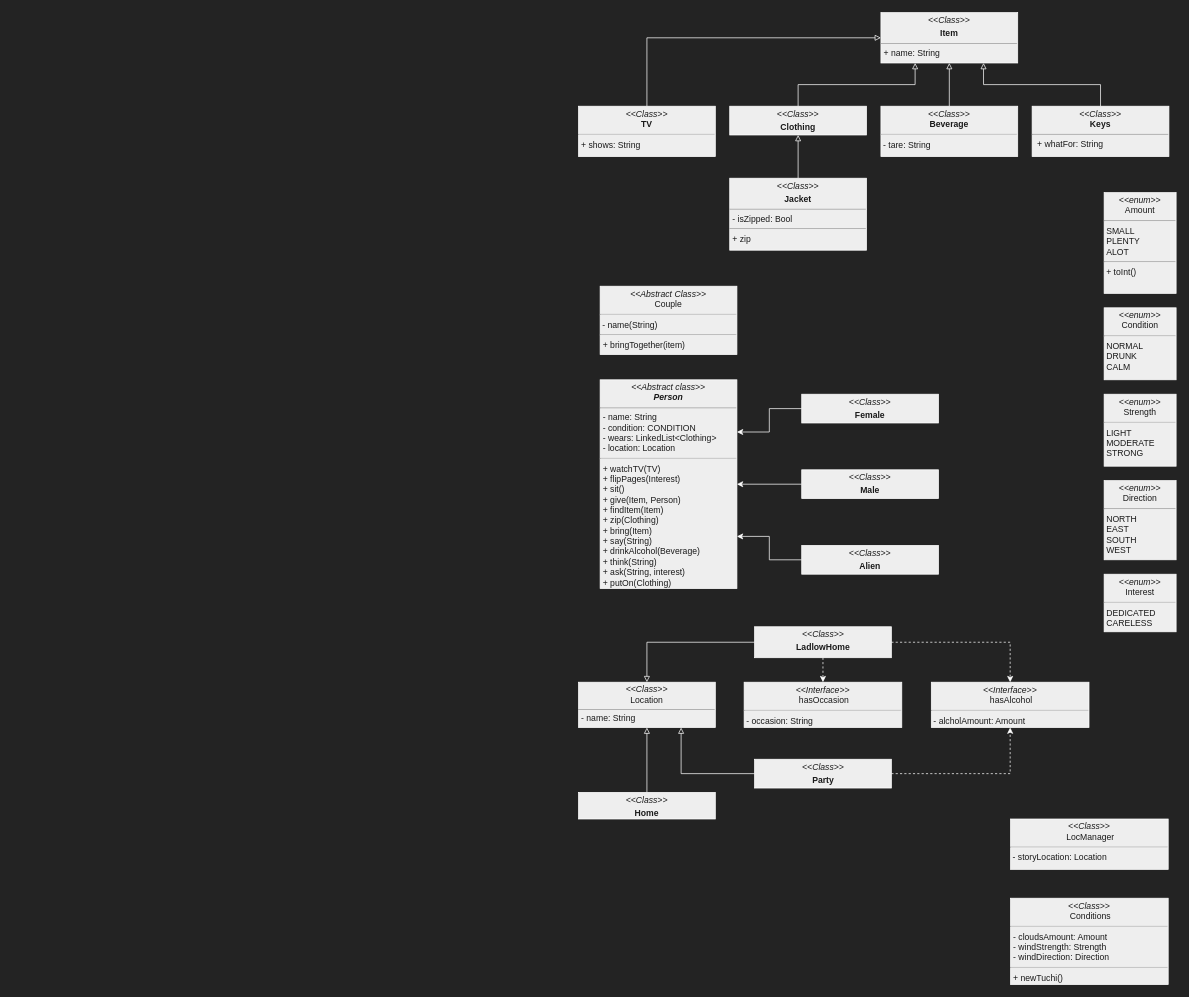
Above: UML/UML.drawio in Sat1l/laba4 (draw.io), before the change. Source tidied: cells renumbered, new cells numbered last; positions are measured from the earlier drawing's top-left corner, leaving out a move shared by most shapes. Both pictures are drawn from the tidied source at 72%, with x=0, y=0 at pixel (578, 12).
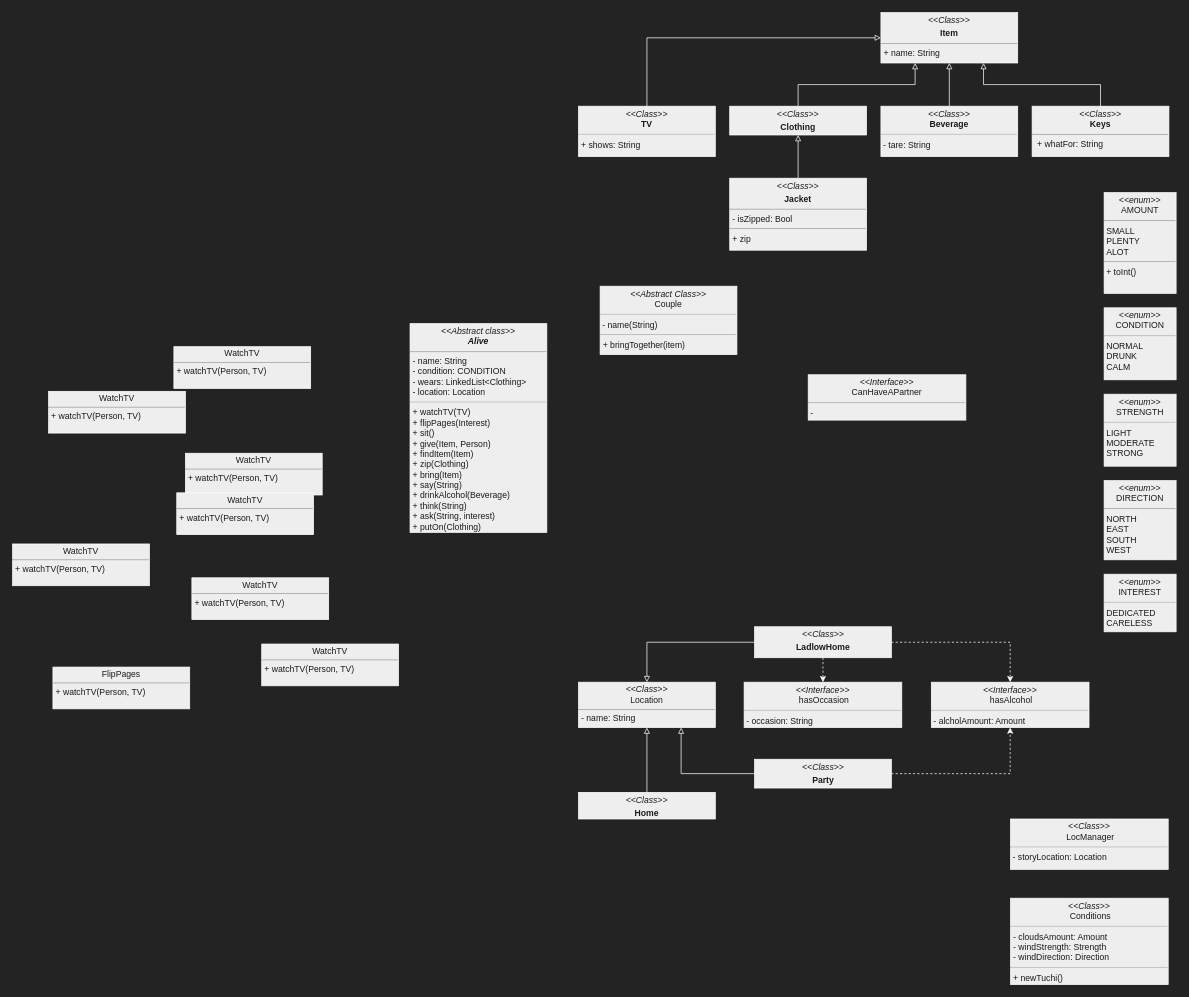
After the change.

What changed in the source:
```diff
@@
-    <mxCell id="2" value="&lt;p style=&quot;margin:0px;margin-top:4px;text-align:center;&quot;&gt;&lt;i&gt;&amp;lt;&amp;lt;Abstract class&amp;gt;&amp;gt;&lt;/i&gt;&lt;br&gt;&lt;b&gt;&lt;i&gt;Person&lt;/i&gt;&lt;/b&gt;&lt;/p&gt;&lt;hr size=&quot;1&quot;&gt;&lt;p style=&quot;margin:0px;margin-left:4px;&quot;&gt;- name: String&lt;/p&gt;&lt;p style=&quot;margin:0px;margin-left:4px;&quot;&gt;- condition: CONDITION&lt;br&gt;&lt;/p&gt;&lt;p style=&quot;margin:0px;margin-left:4px;&quot;&gt;- wears: LinkedList&amp;lt;Clothing&amp;gt;&lt;/p&gt;&lt;p style=&quot;margin:0px;margin-left:4px;&quot;&gt;- location: Location&lt;/p&gt;&lt;hr&gt;&lt;p style=&quot;margin:0px;margin-left:4px;&quot;&gt;+ watchTV(TV)&lt;br&gt;&lt;/p&gt;&lt;p style=&quot;margin:0px;margin-left:4px;&quot;&gt;+ flipPages(Interest)&lt;br&gt;&lt;/p&gt;&lt;p style=&quot;margin:0px;margin-left:4px;&quot;&gt;+ sit()&lt;br&gt;&lt;/p&gt;&lt;p style=&quot;margin:0px;margin-left:4px;&quot;&gt;+ give(Item, Person)&lt;br&gt;&lt;/p&gt;&lt;p style=&quot;margin:0px;margin-left:4px;&quot;&gt;+ findItem(Item)&lt;br&gt;&lt;/p&gt;&lt;p style=&quot;margin:0px;margin-left:4px;&quot;&gt;+ zip(Clothing)&lt;/p&gt;&lt;p style=&quot;margin:0px;margin-left:4px;&quot;&gt;+ bring(Item)&lt;br&gt;&lt;/p&gt;&lt;p style=&quot;margin:0px;margin-left:4px;&quot;&gt;+ say(String)&lt;br&gt;&lt;/p&gt;&lt;p style=&quot;margin:0px;margin-left:4px;&quot;&gt;+ drinkAlcohol(Beverage)&lt;br&gt;&lt;/p&gt;&lt;p style=&quot;margin:0px;margin-left:4px;&quot;&gt;+ think(String)&lt;/p&gt;&lt;p style=&quot;margin:0px;margin-left:4px;&quot;&gt;+ ask(String, interest)&lt;/p&gt;&lt;p style=&quot;border-color: var(--border-color); margin: 0px 0px 0px 4px;&quot;&gt;+ putOn(Clothing)&lt;/p&gt;&lt;p style=&quot;margin:0px;margin-left:4px;&quot;&gt;&lt;br&gt;&lt;/p&gt;&lt;p style=&quot;margin:0px;margin-left:4px;&quot;&gt;&lt;br&gt;&lt;/p&gt;" style="verticalAlign=top;align=left;overflow=fill;fontSize=12;fontFamily=Helvetica;html=1;whiteSpace=wrap;labelBackgroundColor=none;fillColor=#EEEEEE;strokeColor=#FFFFFF;fontColor=#1A1A1A;" parent="1" vertex="1">
-      <mxGeometry x="30" y="510" width="190" height="290" as="geometry" />
+    <mxCell id="2" value="&lt;p style=&quot;margin:0px;margin-top:4px;text-align:center;&quot;&gt;&lt;i&gt;&amp;lt;&amp;lt;Abstract class&amp;gt;&amp;gt;&lt;/i&gt;&lt;br&gt;&lt;b&gt;&lt;i&gt;Alive&lt;/i&gt;&lt;/b&gt;&lt;/p&gt;&lt;hr size=&quot;1&quot;&gt;&lt;p style=&quot;margin:0px;margin-left:4px;&quot;&gt;- name: String&lt;/p&gt;&lt;p style=&quot;margin:0px;margin-left:4px;&quot;&gt;- condition: CONDITION&lt;br&gt;&lt;/p&gt;&lt;p style=&quot;margin:0px;margin-left:4px;&quot;&gt;- wears: LinkedList&amp;lt;Clothing&amp;gt;&lt;/p&gt;&lt;p style=&quot;margin:0px;margin-left:4px;&quot;&gt;- location: Location&lt;/p&gt;&lt;hr&gt;&lt;p style=&quot;margin:0px;margin-left:4px;&quot;&gt;+ watchTV(TV)&lt;br&gt;&lt;/p&gt;&lt;p style=&quot;margin:0px;margin-left:4px;&quot;&gt;+ flipPages(Interest)&lt;br&gt;&lt;/p&gt;&lt;p style=&quot;margin:0px;margin-left:4px;&quot;&gt;+ sit()&lt;br&gt;&lt;/p&gt;&lt;p style=&quot;margin:0px;margin-left:4px;&quot;&gt;+ give(Item, Person)&lt;br&gt;&lt;/p&gt;&lt;p style=&quot;margin:0px;margin-left:4px;&quot;&gt;+ findItem(Item)&lt;br&gt;&lt;/p&gt;&lt;p style=&quot;margin:0px;margin-left:4px;&quot;&gt;+ zip(Clothing)&lt;/p&gt;&lt;p style=&quot;margin:0px;margin-left:4px;&quot;&gt;+ bring(Item)&lt;br&gt;&lt;/p&gt;&lt;p style=&quot;margin:0px;margin-left:4px;&quot;&gt;+ say(String)&lt;br&gt;&lt;/p&gt;&lt;p style=&quot;margin:0px;margin-left:4px;&quot;&gt;+ drinkAlcohol(Beverage)&lt;br&gt;&lt;/p&gt;&lt;p style=&quot;margin:0px;margin-left:4px;&quot;&gt;+ think(String)&lt;/p&gt;&lt;p style=&quot;margin:0px;margin-left:4px;&quot;&gt;+ ask(String, interest)&lt;/p&gt;&lt;p style=&quot;border-color: var(--border-color); margin: 0px 0px 0px 4px;&quot;&gt;+ putOn(Clothing)&lt;/p&gt;&lt;p style=&quot;margin:0px;margin-left:4px;&quot;&gt;&lt;br&gt;&lt;/p&gt;&lt;p style=&quot;margin:0px;margin-left:4px;&quot;&gt;&lt;br&gt;&lt;/p&gt;" style="verticalAlign=top;align=left;overflow=fill;fontSize=12;fontFamily=Helvetica;html=1;whiteSpace=wrap;labelBackgroundColor=none;fillColor=#EEEEEE;strokeColor=#FFFFFF;fontColor=#1A1A1A;" parent="1" vertex="1">
+      <mxGeometry x="-234" y="432" width="190" height="290" as="geometry" />
     </mxCell>
@@
-    <mxCell id="16" value="&lt;p style=&quot;margin:0px;margin-top:4px;text-align:center;&quot;&gt;&lt;i&gt;&amp;lt;&amp;lt;enum&amp;gt;&amp;gt;&lt;/i&gt;&lt;br&gt;Amount&lt;/p&gt;&lt;hr&gt;&amp;nbsp;SMALL&lt;br&gt;&amp;nbsp;PLENTY&lt;br&gt;&amp;nbsp;ALOT&amp;nbsp;&lt;br&gt;&lt;hr&gt;&amp;nbsp;+ toInt()" style="verticalAlign=top;align=left;overflow=fill;fontSize=12;fontFamily=Helvetica;html=1;whiteSpace=wrap;labelBackgroundColor=none;fillColor=#EEEEEE;strokeColor=#FFFFFF;fontColor=#1A1A1A;" parent="1" vertex="1">
+    <mxCell id="16" value="&lt;p style=&quot;margin:0px;margin-top:4px;text-align:center;&quot;&gt;&lt;i&gt;&amp;lt;&amp;lt;enum&amp;gt;&amp;gt;&lt;/i&gt;&lt;br&gt;AMOUNT&lt;/p&gt;&lt;hr&gt;&amp;nbsp;SMALL&lt;br&gt;&amp;nbsp;PLENTY&lt;br&gt;&amp;nbsp;ALOT&amp;nbsp;&lt;br&gt;&lt;hr&gt;&amp;nbsp;+ toInt()" style="verticalAlign=top;align=left;overflow=fill;fontSize=12;fontFamily=Helvetica;html=1;whiteSpace=wrap;labelBackgroundColor=none;fillColor=#EEEEEE;strokeColor=#FFFFFF;fontColor=#1A1A1A;" parent="1" vertex="1">
       <mxGeometry x="730" y="250" width="100" height="140" as="geometry" />
     </mxCell>
-    <mxCell id="17" value="&lt;p style=&quot;margin:0px;margin-top:4px;text-align:center;&quot;&gt;&lt;i&gt;&amp;lt;&amp;lt;enum&amp;gt;&amp;gt;&lt;/i&gt;&lt;br&gt;Strength&lt;/p&gt;&lt;hr&gt;&amp;nbsp;LIGHT&lt;br&gt;&amp;nbsp;MODERATE&lt;br&gt;&amp;nbsp;STRONG" style="verticalAlign=top;align=left;overflow=fill;fontSize=12;fontFamily=Helvetica;html=1;whiteSpace=wrap;labelBackgroundColor=none;fillColor=#EEEEEE;strokeColor=#FFFFFF;fontColor=#1A1A1A;" parent="1" vertex="1">
+    <mxCell id="17" value="&lt;p style=&quot;margin:0px;margin-top:4px;text-align:center;&quot;&gt;&lt;i&gt;&amp;lt;&amp;lt;enum&amp;gt;&amp;gt;&lt;/i&gt;&lt;br&gt;STRENGTH&lt;/p&gt;&lt;hr&gt;&amp;nbsp;LIGHT&lt;br&gt;&amp;nbsp;MODERATE&lt;br&gt;&amp;nbsp;STRONG" style="verticalAlign=top;align=left;overflow=fill;fontSize=12;fontFamily=Helvetica;html=1;whiteSpace=wrap;labelBackgroundColor=none;fillColor=#EEEEEE;strokeColor=#FFFFFF;fontColor=#1A1A1A;" parent="1" vertex="1">
       <mxGeometry x="730" y="530" width="100" height="100" as="geometry" />
     </mxCell>
-    <mxCell id="18" value="&lt;p style=&quot;margin:0px;margin-top:4px;text-align:center;&quot;&gt;&lt;i&gt;&amp;lt;&amp;lt;enum&amp;gt;&amp;gt;&lt;/i&gt;&lt;br&gt;Direction&lt;/p&gt;&lt;hr&gt;&amp;nbsp;NORTH&lt;br&gt;&amp;nbsp;EAST&lt;br&gt;&amp;nbsp;SOUTH&lt;br&gt;&amp;nbsp;WEST" style="verticalAlign=top;align=left;overflow=fill;fontSize=12;fontFamily=Helvetica;html=1;whiteSpace=wrap;labelBackgroundColor=none;fillColor=#EEEEEE;strokeColor=#FFFFFF;fontColor=#1A1A1A;" parent="1" vertex="1">
+    <mxCell id="18" value="&lt;p style=&quot;margin:0px;margin-top:4px;text-align:center;&quot;&gt;&lt;i&gt;&amp;lt;&amp;lt;enum&amp;gt;&amp;gt;&lt;/i&gt;&lt;br&gt;DIRECTION&lt;/p&gt;&lt;hr&gt;&amp;nbsp;NORTH&lt;br&gt;&amp;nbsp;EAST&lt;br&gt;&amp;nbsp;SOUTH&lt;br&gt;&amp;nbsp;WEST" style="verticalAlign=top;align=left;overflow=fill;fontSize=12;fontFamily=Helvetica;html=1;whiteSpace=wrap;labelBackgroundColor=none;fillColor=#EEEEEE;strokeColor=#FFFFFF;fontColor=#1A1A1A;" parent="1" vertex="1">
       <mxGeometry x="730" y="650" width="100" height="110" as="geometry" />
     </mxCell>
@@
-    <mxCell id="23" value="&lt;p style=&quot;margin:0px;margin-top:4px;text-align:center;&quot;&gt;&lt;i&gt;&amp;lt;&amp;lt;enum&amp;gt;&amp;gt;&lt;/i&gt;&lt;br&gt;Interest&lt;/p&gt;&lt;hr&gt;&amp;nbsp;DEDICATED&lt;br&gt;&amp;nbsp;CARELESS" style="verticalAlign=top;align=left;overflow=fill;fontSize=12;fontFamily=Helvetica;html=1;whiteSpace=wrap;labelBackgroundColor=none;fillColor=#EEEEEE;strokeColor=#FFFFFF;fontColor=#1A1A1A;" parent="1" vertex="1">
+    <mxCell id="23" value="&lt;p style=&quot;margin:0px;margin-top:4px;text-align:center;&quot;&gt;&lt;i&gt;&amp;lt;&amp;lt;enum&amp;gt;&amp;gt;&lt;/i&gt;&lt;br&gt;INTEREST&lt;/p&gt;&lt;hr&gt;&amp;nbsp;DEDICATED&lt;br&gt;&amp;nbsp;CARELESS" style="verticalAlign=top;align=left;overflow=fill;fontSize=12;fontFamily=Helvetica;html=1;whiteSpace=wrap;labelBackgroundColor=none;fillColor=#EEEEEE;strokeColor=#FFFFFF;fontColor=#1A1A1A;" parent="1" vertex="1">
       <mxGeometry x="730" y="780" width="100" height="80" as="geometry" />
     </mxCell>
@@
-    <mxCell id="29" style="edgeStyle=orthogonalEdgeStyle;rounded=0;jettySize=auto;html=1;exitX=0;exitY=0.5;exitDx=0;exitDy=0;entryX=1;entryY=0.25;entryDx=0;entryDy=0;labelBackgroundColor=none;strokeColor=#FFFFFF;fontColor=default;" parent="1" edge="1" source="30" target="2">
-      <mxGeometry relative="1" as="geometry" />
-    </mxCell>
-    <mxCell id="30" value="&lt;p style=&quot;margin:0px;margin-top:4px;text-align:center;&quot;&gt;&lt;i&gt;&amp;lt;&amp;lt;Class&lt;/i&gt;&lt;i&gt;&amp;gt;&amp;gt;&lt;/i&gt;&lt;/p&gt;&lt;p style=&quot;margin:0px;margin-top:4px;text-align:center;&quot;&gt;&lt;b&gt;Female&lt;/b&gt;&lt;/p&gt;" style="verticalAlign=top;align=left;overflow=fill;fontSize=12;fontFamily=Helvetica;html=1;whiteSpace=wrap;labelBackgroundColor=none;fillColor=#EEEEEE;strokeColor=#FFFFFF;fontColor=#1A1A1A;" parent="1" vertex="1">
-      <mxGeometry x="310" y="530" width="190" height="40" as="geometry" />
-    </mxCell>
-    <mxCell id="31" style="edgeStyle=orthogonalEdgeStyle;rounded=0;jettySize=auto;html=1;exitX=0;exitY=0.5;exitDx=0;exitDy=0;entryX=1;entryY=0.5;entryDx=0;entryDy=0;labelBackgroundColor=none;strokeColor=#FFFFFF;fontColor=default;" parent="1" edge="1" source="32" target="2">
-      <mxGeometry relative="1" as="geometry" />
-    </mxCell>
-    <mxCell id="32" value="&lt;p style=&quot;margin:0px;margin-top:4px;text-align:center;&quot;&gt;&lt;i&gt;&amp;lt;&amp;lt;Class&lt;/i&gt;&lt;i&gt;&amp;gt;&amp;gt;&lt;/i&gt;&lt;/p&gt;&lt;p style=&quot;margin:0px;margin-top:4px;text-align:center;&quot;&gt;&lt;b&gt;Male&lt;/b&gt;&lt;/p&gt;" style="verticalAlign=top;align=left;overflow=fill;fontSize=12;fontFamily=Helvetica;html=1;whiteSpace=wrap;labelBackgroundColor=none;fillColor=#EEEEEE;strokeColor=#FFFFFF;fontColor=#1A1A1A;" parent="1" vertex="1">
-      <mxGeometry x="310" y="635" width="190" height="40" as="geometry" />
-    </mxCell>
-    <mxCell id="33" style="edgeStyle=orthogonalEdgeStyle;rounded=0;jettySize=auto;html=1;exitX=0;exitY=0.5;exitDx=0;exitDy=0;entryX=1;entryY=0.75;entryDx=0;entryDy=0;labelBackgroundColor=none;strokeColor=#FFFFFF;fontColor=default;" parent="1" edge="1" source="34" target="2">
-      <mxGeometry relative="1" as="geometry" />
-    </mxCell>
-    <mxCell id="34" value="&lt;p style=&quot;margin:0px;margin-top:4px;text-align:center;&quot;&gt;&lt;i&gt;&amp;lt;&amp;lt;Class&lt;/i&gt;&lt;i&gt;&amp;gt;&amp;gt;&lt;/i&gt;&lt;/p&gt;&lt;p style=&quot;margin:0px;margin-top:4px;text-align:center;&quot;&gt;&lt;b&gt;Alien&lt;/b&gt;&lt;/p&gt;" style="verticalAlign=top;align=left;overflow=fill;fontSize=12;fontFamily=Helvetica;html=1;whiteSpace=wrap;labelBackgroundColor=none;fillColor=#EEEEEE;strokeColor=#FFFFFF;fontColor=#1A1A1A;" parent="1" vertex="1">
-      <mxGeometry x="310" y="740" width="190" height="40" as="geometry" />
-    </mxCell>
@@
-    <mxCell id="39" value="&lt;p style=&quot;margin:0px;margin-top:4px;text-align:center;&quot;&gt;&lt;i&gt;&amp;lt;&amp;lt;enum&amp;gt;&amp;gt;&lt;/i&gt;&lt;br&gt;Condition&lt;/p&gt;&lt;hr&gt;&amp;nbsp;NORMAL&lt;br&gt;&amp;nbsp;DRUNK&lt;br&gt;&amp;nbsp;CALM" style="verticalAlign=top;align=left;overflow=fill;fontSize=12;fontFamily=Helvetica;html=1;whiteSpace=wrap;labelBackgroundColor=none;fillColor=#EEEEEE;strokeColor=#FFFFFF;fontColor=#1A1A1A;" parent="1" vertex="1">
+    <mxCell id="39" value="&lt;p style=&quot;margin:0px;margin-top:4px;text-align:center;&quot;&gt;&lt;i&gt;&amp;lt;&amp;lt;enum&amp;gt;&amp;gt;&lt;/i&gt;&lt;br&gt;CONDITION&lt;/p&gt;&lt;hr&gt;&amp;nbsp;NORMAL&lt;br&gt;&amp;nbsp;DRUNK&lt;br&gt;&amp;nbsp;CALM" style="verticalAlign=top;align=left;overflow=fill;fontSize=12;fontFamily=Helvetica;html=1;whiteSpace=wrap;labelBackgroundColor=none;fillColor=#EEEEEE;strokeColor=#FFFFFF;fontColor=#1A1A1A;" parent="1" vertex="1">
       <mxGeometry x="730" y="410" width="100" height="100" as="geometry" />
     </mxCell>
+    <mxCell id="40" value="&lt;p style=&quot;margin:0px;margin-top:4px;text-align:center;&quot;&gt;&lt;i&gt;&amp;lt;&amp;lt;Interface&amp;gt;&amp;gt;&lt;/i&gt;&lt;br&gt;CanHaveAPartner&lt;/p&gt;&lt;hr&gt;&amp;nbsp;-&amp;nbsp;&lt;br&gt;&lt;p style=&quot;margin:0px;margin-left:4px;&quot;&gt;&lt;br&gt;&lt;/p&gt;" style="verticalAlign=top;align=left;overflow=fill;fontSize=12;fontFamily=Helvetica;html=1;whiteSpace=wrap;labelBackgroundColor=none;fillColor=#EEEEEE;strokeColor=#FFFFFF;fontColor=#1A1A1A;" parent="1" vertex="1">
+      <mxGeometry x="319" y="503" width="219" height="63" as="geometry" />
+    </mxCell>
+    <mxCell id="41" value="&lt;p style=&quot;margin: 4px 0px 0px; text-align: center; line-height: 100%;&quot;&gt;WatchTV&lt;/p&gt;&lt;hr style=&quot;line-height: 100%;&quot; size=&quot;1&quot;&gt;&lt;p style=&quot;margin: 0px 0px 0px 4px; line-height: 100%;&quot;&gt;+ watchTV(Person, TV)&lt;/p&gt;" style="verticalAlign=top;align=left;overflow=fill;fontSize=12;fontFamily=Helvetica;html=1;whiteSpace=wrap;labelBackgroundColor=none;fillColor=#EEEEEE;strokeColor=#FFFFFF;fontColor=#1A1A1A;" parent="1" vertex="1">
+      <mxGeometry x="-562" y="464" width="190" height="58" as="geometry" />
+    </mxCell>
+    <mxCell id="42" value="&lt;p style=&quot;margin: 4px 0px 0px; text-align: center; line-height: 100%;&quot;&gt;FlipPages&lt;/p&gt;&lt;hr style=&quot;line-height: 100%;&quot; size=&quot;1&quot;&gt;&lt;p style=&quot;margin: 0px 0px 0px 4px; line-height: 100%;&quot;&gt;+ watchTV(Person, TV)&lt;/p&gt;" style="verticalAlign=top;align=left;overflow=fill;fontSize=12;fontFamily=Helvetica;html=1;whiteSpace=wrap;labelBackgroundColor=none;fillColor=#EEEEEE;strokeColor=#FFFFFF;fontColor=#1A1A1A;" parent="1" vertex="1">
+      <mxGeometry x="-730" y="909" width="190" height="58" as="geometry" />
+    </mxCell>
+    <mxCell id="43" value="&lt;p style=&quot;margin: 4px 0px 0px; text-align: center; line-height: 100%;&quot;&gt;WatchTV&lt;/p&gt;&lt;hr style=&quot;line-height: 100%;&quot; size=&quot;1&quot;&gt;&lt;p style=&quot;margin: 0px 0px 0px 4px; line-height: 100%;&quot;&gt;+ watchTV(Person, TV)&lt;/p&gt;" style="verticalAlign=top;align=left;overflow=fill;fontSize=12;fontFamily=Helvetica;html=1;whiteSpace=wrap;labelBackgroundColor=none;fillColor=#EEEEEE;strokeColor=#FFFFFF;fontColor=#1A1A1A;" parent="1" vertex="1">
+      <mxGeometry x="-440" y="877" width="190" height="58" as="geometry" />
+    </mxCell>
+    <mxCell id="44" value="&lt;p style=&quot;margin: 4px 0px 0px; text-align: center; line-height: 100%;&quot;&gt;WatchTV&lt;/p&gt;&lt;hr style=&quot;line-height: 100%;&quot; size=&quot;1&quot;&gt;&lt;p style=&quot;margin: 0px 0px 0px 4px; line-height: 100%;&quot;&gt;+ watchTV(Person, TV)&lt;/p&gt;" style="verticalAlign=top;align=left;overflow=fill;fontSize=12;fontFamily=Helvetica;html=1;whiteSpace=wrap;labelBackgroundColor=none;fillColor=#EEEEEE;strokeColor=#FFFFFF;fontColor=#1A1A1A;" parent="1" vertex="1">
+      <mxGeometry x="-736" y="526" width="190" height="58" as="geometry" />
+    </mxCell>
+    <mxCell id="45" value="&lt;p style=&quot;margin: 4px 0px 0px; text-align: center; line-height: 100%;&quot;&gt;WatchTV&lt;/p&gt;&lt;hr style=&quot;line-height: 100%;&quot; size=&quot;1&quot;&gt;&lt;p style=&quot;margin: 0px 0px 0px 4px; line-height: 100%;&quot;&gt;+ watchTV(Person, TV)&lt;/p&gt;" style="verticalAlign=top;align=left;overflow=fill;fontSize=12;fontFamily=Helvetica;html=1;whiteSpace=wrap;labelBackgroundColor=none;fillColor=#EEEEEE;strokeColor=#FFFFFF;fontColor=#1A1A1A;" parent="1" vertex="1">
+      <mxGeometry x="-786" y="738" width="190" height="58" as="geometry" />
+    </mxCell>
+    <mxCell id="46" value="&lt;p style=&quot;margin: 4px 0px 0px; text-align: center; line-height: 100%;&quot;&gt;WatchTV&lt;/p&gt;&lt;hr style=&quot;line-height: 100%;&quot; size=&quot;1&quot;&gt;&lt;p style=&quot;margin: 0px 0px 0px 4px; line-height: 100%;&quot;&gt;+ watchTV(Person, TV)&lt;/p&gt;" style="verticalAlign=top;align=left;overflow=fill;fontSize=12;fontFamily=Helvetica;html=1;whiteSpace=wrap;labelBackgroundColor=none;fillColor=#EEEEEE;strokeColor=#FFFFFF;fontColor=#1A1A1A;" parent="1" vertex="1">
+      <mxGeometry x="-546" y="612" width="190" height="58" as="geometry" />
+    </mxCell>
+    <mxCell id="47" value="&lt;p style=&quot;margin: 4px 0px 0px; text-align: center; line-height: 100%;&quot;&gt;WatchTV&lt;/p&gt;&lt;hr style=&quot;line-height: 100%;&quot; size=&quot;1&quot;&gt;&lt;p style=&quot;margin: 0px 0px 0px 4px; line-height: 100%;&quot;&gt;+ watchTV(Person, TV)&lt;/p&gt;" style="verticalAlign=top;align=left;overflow=fill;fontSize=12;fontFamily=Helvetica;html=1;whiteSpace=wrap;labelBackgroundColor=none;fillColor=#EEEEEE;strokeColor=#FFFFFF;fontColor=#1A1A1A;" parent="1" vertex="1">
+      <mxGeometry x="-558" y="667" width="190" height="58" as="geometry" />
+    </mxCell>
+    <mxCell id="48" value="&lt;p style=&quot;margin: 4px 0px 0px; text-align: center; line-height: 100%;&quot;&gt;WatchTV&lt;/p&gt;&lt;hr style=&quot;line-height: 100%;&quot; size=&quot;1&quot;&gt;&lt;p style=&quot;margin: 0px 0px 0px 4px; line-height: 100%;&quot;&gt;+ watchTV(Person, TV)&lt;/p&gt;" style="verticalAlign=top;align=left;overflow=fill;fontSize=12;fontFamily=Helvetica;html=1;whiteSpace=wrap;labelBackgroundColor=none;fillColor=#EEEEEE;strokeColor=#FFFFFF;fontColor=#1A1A1A;" parent="1" vertex="1">
+      <mxGeometry x="-537" y="785" width="190" height="58" as="geometry" />
+    </mxCell>
```
